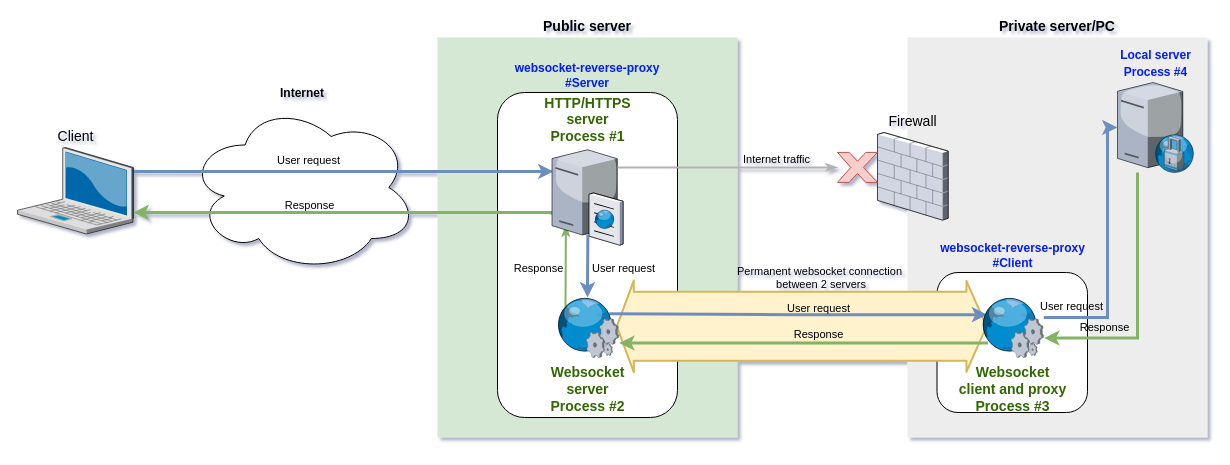
This is websocket-reverse-proxy.drawio from tony-0tis/websocket-reverse-proxy, a draw.io file, before an edit. Source tidied: cells renumbered, new cells numbered last; positions are measured from the earlier drawing's top-left corner, leaving out a move shared by most shapes. Both pictures are drawn from the tidied source at 100%, with x=0, y=0 at pixel (17, 37).
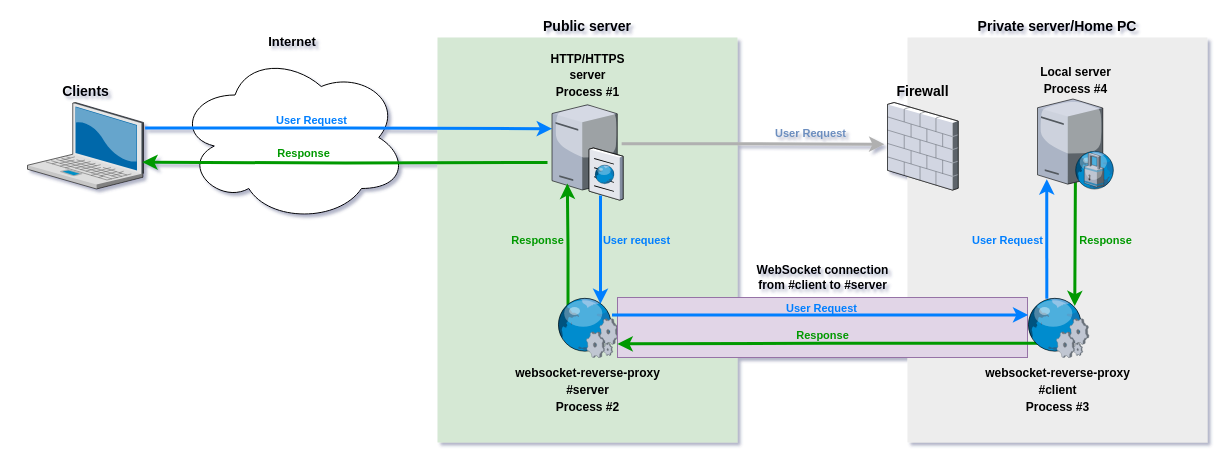
The same page after the edit.

Change to the diagram source:
```diff
@@
-    <mxCell id="2" value="&lt;font color=&quot;#000000&quot;&gt;&lt;b&gt;Internet&lt;/b&gt;&lt;/font&gt;" style="ellipse;shape=cloud;whiteSpace=wrap;html=1;labelBackgroundColor=none;fontColor=#B3B3B3;labelPosition=center;verticalLabelPosition=top;align=center;verticalAlign=bottom;" parent="1" vertex="1">
-      <mxGeometry x="170" y="65" width="230" height="170" as="geometry" />
+    <mxCell id="2" value="&lt;font size=&quot;1&quot; color=&quot;#000000&quot;&gt;&lt;b style=&quot;font-size: 13px;&quot;&gt;Internet&lt;/b&gt;&lt;/font&gt;" style="ellipse;shape=cloud;whiteSpace=wrap;html=1;labelBackgroundColor=none;fontColor=#B3B3B3;labelPosition=center;verticalLabelPosition=top;align=center;verticalAlign=bottom;" parent="1" vertex="1">
+      <mxGeometry x="160" y="15" width="230" height="170" as="geometry" />
     </mxCell>
-    <mxCell id="3" value="&lt;b&gt;Private server/PC&lt;br&gt;&lt;/b&gt;" style="whiteSpace=wrap;html=1;fillColor=#EDEDED;fontSize=14;strokeColor=none;verticalAlign=bottom;labelPosition=center;verticalLabelPosition=top;align=center;" parent="1" vertex="1">
-      <mxGeometry x="890" width="300" height="400" as="geometry" />
+    <mxCell id="3" value="&lt;b&gt;Private server/Home PC&lt;br&gt;&lt;/b&gt;" style="whiteSpace=wrap;html=1;fillColor=#EDEDED;fontSize=14;strokeColor=none;verticalAlign=bottom;labelPosition=center;verticalLabelPosition=top;align=center;" parent="1" vertex="1">
+      <mxGeometry x="890" width="300" height="405" as="geometry" />
     </mxCell>
-    <mxCell id="4" value="&lt;font color=&quot;#001aff&quot;&gt;&lt;b&gt;websocket-reverse-proxy&lt;br&gt;#Client&lt;/b&gt;&lt;/font&gt;" style="rounded=1;whiteSpace=wrap;html=1;labelPosition=center;verticalLabelPosition=top;align=center;verticalAlign=bottom;" parent="1" vertex="1">
-      <mxGeometry x="919.5" y="235" width="150.5" height="140" as="geometry" />
-    </mxCell>
     <mxCell id="5" value="&lt;b&gt;Public server&lt;br&gt;&lt;/b&gt;" style="whiteSpace=wrap;html=1;fillColor=#d5e8d4;fontSize=14;strokeColor=none;verticalAlign=bottom;labelPosition=center;verticalLabelPosition=top;align=center;" parent="1" vertex="1">
-      <mxGeometry x="420" width="300" height="400" as="geometry" />
+      <mxGeometry x="420" width="300" height="405" as="geometry" />
     </mxCell>
-    <mxCell id="6" value="&lt;font color=&quot;#001aff&quot;&gt;&lt;b&gt;websocket-reverse-proxy&lt;br&gt;#Server&lt;br&gt;&lt;/b&gt;&lt;/font&gt;" style="rounded=1;whiteSpace=wrap;html=1;labelPosition=center;verticalLabelPosition=top;align=center;verticalAlign=bottom;" parent="1" vertex="1">
-      <mxGeometry x="480" y="55" width="180" height="325" as="geometry" />
-    </mxCell>
-    <mxCell id="7" style="shape=flexArrow;endArrow=classic;startArrow=classic;html=1;strokeWidth=2;entryX=0.107;entryY=0.481;entryDx=0;entryDy=0;entryPerimeter=0;exitX=0.95;exitY=0.481;exitDx=0;exitDy=0;exitPerimeter=0;fillColor=#fff2cc;strokeColor=#d6b656;startWidth=20.833333333333336;startSize=4.991666666666667;width=68;" parent="1" edge="1" source="33" target="32">
-      <mxGeometry relative="1" as="geometry" />
-    </mxCell>
-    <mxCell id="8" value="Permanent websocket connection&lt;br&gt;&amp;nbsp;between 2 servers" style="edgeLabel;html=1;align=center;verticalAlign=bottom;labelBackgroundColor=none;labelPosition=center;verticalLabelPosition=top;" parent="7" vertex="1">
-      <mxGeometry x="-0.05" y="1" relative="1" as="geometry">
-        <mxPoint x="25.8" y="-32.9" as="offset" />
-      </mxGeometry>
-    </mxCell>
-    <mxCell id="9" style="edgeStyle=orthogonalEdgeStyle;html=1;jettySize=auto;fontSize=14;endArrow=classic;endFill=1;strokeWidth=3;rounded=0;startArrow=none;startFill=0;entryX=0.021;entryY=0.246;entryDx=0;entryDy=0;entryPerimeter=0;exitX=0.991;exitY=0.277;exitDx=0;exitDy=0;exitPerimeter=0;strokeColor=#6c8ebf;fillColor=#dae8fc;" parent="1" edge="1" source="11" target="16">
+    <mxCell id="9" style="edgeStyle=orthogonalEdgeStyle;rounded=0;jettySize=auto;html=1;entryX=0;entryY=0.269;entryDx=0;entryDy=0;entryPerimeter=0;strokeWidth=3;strokeColor=#007FFF;exitX=1.014;exitY=0.295;exitDx=0;exitDy=0;exitPerimeter=0;" parent="1" edge="1" source="11" target="16">
       <mxGeometry relative="1" as="geometry" />
     </mxCell>
-    <mxCell id="10" value="User request" style="edgeLabel;html=1;align=center;verticalAlign=middle;labelBackgroundColor=none;" parent="9" vertex="1">
-      <mxGeometry x="-0.23" y="-2" relative="1" as="geometry">
-        <mxPoint x="14" y="-13.5" as="offset" />
-      </mxGeometry>
-    </mxCell>
+    <mxCell id="34" value="&lt;b&gt;User Request&lt;/b&gt;" style="edgeLabel;html=1;align=center;verticalAlign=middle;labelBackgroundColor=none;fontColor=#007FFF;" parent="9" vertex="1">
+      <mxGeometry x="-0.18" y="-1" relative="1" as="geometry">
+        <mxPoint x="-1" y="-9" as="offset" />
+      </mxGeometry>
+    </mxCell>
-    <mxCell id="11" value="Client" style="verticalLabelPosition=top;html=1;verticalAlign=bottom;strokeColor=none;shape=mxgraph.citrix.laptop_2;fillColor=#66B2FF;gradientColor=#0066CC;fontSize=14;labelPosition=center;align=center;" parent="1" vertex="1">
-      <mxGeometry y="110" width="116" height="86.5" as="geometry" />
+    <mxCell id="11" value="&lt;b&gt;Clients&lt;/b&gt;" style="verticalLabelPosition=top;html=1;verticalAlign=bottom;strokeColor=none;shape=mxgraph.citrix.laptop_2;fillColor=#66B2FF;gradientColor=#0066CC;fontSize=14;labelPosition=center;align=center;" parent="1" vertex="1">
+      <mxGeometry x="10" y="65" width="116" height="86.5" as="geometry" />
     </mxCell>
-    <mxCell id="12" style="edgeStyle=orthogonalEdgeStyle;rounded=0;jettySize=auto;html=1;startArrow=classicThin;startFill=1;endArrow=none;endFill=0;strokeWidth=2;exitX=0.195;exitY=0.791;exitDx=0;exitDy=0;exitPerimeter=0;curved=1;entryX=0.151;entryY=0.156;entryDx=0;entryDy=0;entryPerimeter=0;fillColor=#d5e8d4;strokeColor=#82b366;" parent="1" edge="1" source="16" target="33">
-      <mxGeometry relative="1" as="geometry" />
-    </mxCell>
-    <mxCell id="13" value="Response" style="edgeLabel;html=1;align=center;verticalAlign=middle;labelBackgroundColor=none;" parent="12" vertex="1">
-      <mxGeometry x="0.14" y="-8" relative="1" as="geometry">
-        <mxPoint x="-20" y="-3.7" as="offset" />
-      </mxGeometry>
-    </mxCell>
-    <mxCell id="14" style="edgeStyle=orthogonalEdgeStyle;rounded=0;jettySize=auto;html=1;startArrow=none;startFill=0;endArrow=classic;endFill=1;strokeWidth=3;exitX=-0.007;exitY=0.687;exitDx=0;exitDy=0;exitPerimeter=0;fillColor=#d5e8d4;strokeColor=#82b366;entryX=1;entryY=0.751;entryDx=0;entryDy=0;entryPerimeter=0;" parent="1" edge="1" source="16" target="11">
-      <mxGeometry relative="1" as="geometry">
-        <Array as="points">
-          <mxPoint x="534" y="175" />
-        </Array>
-      </mxGeometry>
-    </mxCell>
-    <mxCell id="15" value="Response" style="edgeLabel;html=1;align=center;verticalAlign=middle;labelBackgroundColor=none;" parent="14" vertex="1">
-      <mxGeometry x="0.22" y="2" relative="1" as="geometry">
-        <mxPoint x="11.7" y="-9.2" as="offset" />
-      </mxGeometry>
-    </mxCell>
+    <mxCell id="35" style="edgeStyle=orthogonalEdgeStyle;rounded=0;jettySize=auto;html=1;entryX=-0.044;entryY=0.477;entryDx=0;entryDy=0;entryPerimeter=0;strokeWidth=3;fillColor=#f5f5f5;strokeColor=#b0b0b0;exitX=0.981;exitY=0.423;exitDx=0;exitDy=0;exitPerimeter=0;" parent="1" edge="1" source="16" target="17">
+      <mxGeometry relative="1" as="geometry" />
+    </mxCell>
+    <mxCell id="36" value="&lt;font color=&quot;#6c8ebf&quot;&gt;&lt;b&gt;User Request&lt;/b&gt;&lt;/font&gt;" style="edgeLabel;html=1;align=center;verticalAlign=middle;labelBackgroundColor=none;" parent="35" vertex="1">
+      <mxGeometry x="-0.24" y="2" relative="1" as="geometry">
+        <mxPoint x="88" y="-9" as="offset" />
+      </mxGeometry>
+    </mxCell>
+    <mxCell id="37" style="edgeStyle=orthogonalEdgeStyle;rounded=0;jettySize=auto;html=1;entryX=0.99;entryY=0.69;entryDx=0;entryDy=0;entryPerimeter=0;strokeWidth=3;strokeColor=#009900;" parent="1" edge="1" target="11">
+      <mxGeometry relative="1" as="geometry">
+        <mxPoint x="530" y="125" as="sourcePoint" />
+      </mxGeometry>
+    </mxCell>
+    <mxCell id="38" value="&lt;b&gt;&lt;font&gt;Response&lt;/font&gt;&lt;/b&gt;" style="edgeLabel;html=1;align=center;verticalAlign=middle;fontColor=#009900;" parent="37" vertex="1">
+      <mxGeometry x="0.33" y="-3" relative="1" as="geometry">
+        <mxPoint x="25" y="-6" as="offset" />
+      </mxGeometry>
+    </mxCell>
-    <mxCell id="16" value="&lt;font color=&quot;#336600&quot;&gt;&lt;b&gt;HTTP/HTTPS&lt;br&gt;server&lt;br&gt;Process #1&lt;br&gt;&lt;/b&gt;&lt;/font&gt;" style="verticalLabelPosition=top;html=1;verticalAlign=bottom;strokeColor=none;shape=mxgraph.citrix.cache_server;fillColor=#66B2FF;gradientColor=#0066CC;fontSize=14;labelPosition=center;align=center;" parent="1" vertex="1">
-      <mxGeometry x="534.5" y="110" width="71" height="97.5" as="geometry" />
+    <mxCell id="16" value="&lt;font style=&quot;font-size: 12px;&quot;&gt;&lt;b style=&quot;&quot;&gt;HTTP/HTTPS&lt;br&gt;server&lt;br&gt;Process #1&lt;br&gt;&lt;/b&gt;&lt;/font&gt;" style="verticalLabelPosition=top;html=1;verticalAlign=bottom;strokeColor=none;shape=mxgraph.citrix.cache_server;fillColor=#66B2FF;gradientColor=#0066CC;fontSize=14;labelPosition=center;align=center;" parent="1" vertex="1">
+      <mxGeometry x="534.5" y="65" width="71" height="97.5" as="geometry" />
     </mxCell>
-    <mxCell id="17" value="Firewall" style="verticalLabelPosition=top;html=1;verticalAlign=bottom;strokeColor=none;shape=mxgraph.citrix.firewall;fillColor=#66B2FF;gradientColor=#0066CC;fontSize=14;labelPosition=center;align=center;" parent="1" vertex="1">
-      <mxGeometry x="860" y="95" width="70.7" height="87.6" as="geometry" />
+    <mxCell id="17" value="&lt;b&gt;&lt;font style=&quot;font-size: 14px;&quot;&gt;Firewall&lt;/font&gt;&lt;/b&gt;" style="verticalLabelPosition=top;html=1;verticalAlign=bottom;strokeColor=none;shape=mxgraph.citrix.firewall;fillColor=#66B2FF;gradientColor=#0066CC;fontSize=14;labelPosition=center;align=center;" parent="1" vertex="1">
+      <mxGeometry x="870" y="65" width="70.7" height="87.6" as="geometry" />
     </mxCell>
-    <mxCell id="18" style="edgeStyle=orthogonalEdgeStyle;rounded=0;jettySize=auto;html=1;entryX=1.007;entryY=0.675;entryDx=0;entryDy=0;entryPerimeter=0;startArrow=none;startFill=0;endArrow=classic;endFill=1;strokeWidth=3;fillColor=#d5e8d4;strokeColor=#82b366;" parent="1" edge="1" source="20" target="32">
+    <mxCell id="18" style="edgeStyle=orthogonalEdgeStyle;rounded=0;jettySize=auto;html=1;entryX=0.774;entryY=0.143;entryDx=0;entryDy=0;entryPerimeter=0;exitX=0.495;exitY=0.929;exitDx=0;exitDy=0;exitPerimeter=0;strokeWidth=3;strokeColor=#009900;" parent="1" edge="1" source="20" target="32">
       <mxGeometry relative="1" as="geometry">
         <Array as="points">
-          <mxPoint x="1120" y="301" />
+          <mxPoint x="1058" y="143" />
+          <mxPoint x="1057" y="143" />
         </Array>
       </mxGeometry>
     </mxCell>
-    <mxCell id="19" value="Response" style="edgeLabel;html=1;align=center;verticalAlign=middle;labelBackgroundColor=none;" parent="18" vertex="1">
-      <mxGeometry y="-29" relative="1" as="geometry">
-        <mxPoint x="-4.5" y="25.6" as="offset" />
-      </mxGeometry>
-    </mxCell>
+    <mxCell id="39" value="&lt;font color=&quot;#009900&quot;&gt;Response&lt;/font&gt;" style="edgeLabel;html=1;align=center;verticalAlign=middle;labelBackgroundColor=none;fontStyle=1;" parent="18" vertex="1">
+      <mxGeometry x="-0.17" y="3" relative="1" as="geometry">
+        <mxPoint x="27" y="9" as="offset" />
+      </mxGeometry>
+    </mxCell>
-    <mxCell id="20" value="&lt;font color=&quot;#001aff&quot; style=&quot;font-size: 12px&quot;&gt;&lt;b&gt;Local server&lt;br&gt;Process #4&lt;/b&gt;&lt;/font&gt;" style="verticalLabelPosition=top;html=1;verticalAlign=bottom;strokeColor=none;shape=mxgraph.citrix.proxy_server;fillColor=#66B2FF;gradientColor=#0066CC;fontSize=14;labelPosition=center;align=center;" parent="1" vertex="1">
-      <mxGeometry x="1100" y="45" width="76.5" height="90" as="geometry" />
+    <mxCell id="20" value="&lt;font style=&quot;font-size: 12px&quot;&gt;&lt;b style=&quot;&quot;&gt;Local server&lt;br&gt;Process #4&lt;/b&gt;&lt;/font&gt;" style="verticalLabelPosition=top;html=1;verticalAlign=bottom;strokeColor=none;shape=mxgraph.citrix.proxy_server;fillColor=#66B2FF;gradientColor=#0066CC;fontSize=14;labelPosition=center;align=center;" parent="1" vertex="1">
+      <mxGeometry x="1020" y="61.5" width="76.5" height="90" as="geometry" />
     </mxCell>
-    <mxCell id="21" style="edgeStyle=orthogonalEdgeStyle;rounded=0;jettySize=auto;html=1;entryX=0.116;entryY=0.758;entryDx=0;entryDy=0;entryPerimeter=0;startArrow=classic;startFill=1;endArrow=none;endFill=0;strokeWidth=3;exitX=1.003;exitY=0.758;exitDx=0;exitDy=0;exitPerimeter=0;fillColor=#d5e8d4;strokeColor=#82b366;" parent="1" edge="1" source="33" target="32">
-      <mxGeometry relative="1" as="geometry" />
-    </mxCell>
-    <mxCell id="22" value="Response" style="edgeLabel;html=1;align=center;verticalAlign=middle;labelBackgroundColor=none;" parent="21" vertex="1">
-      <mxGeometry x="-0.11" y="2" relative="1" as="geometry">
-        <mxPoint x="35" y="-6.5" as="offset" />
-      </mxGeometry>
-    </mxCell>
+    <mxCell id="40" style="edgeStyle=orthogonalEdgeStyle;rounded=0;jettySize=auto;html=1;entryX=0.216;entryY=0.832;entryDx=0;entryDy=0;entryPerimeter=0;exitX=0.191;exitY=0.171;exitDx=0;exitDy=0;exitPerimeter=0;strokeWidth=3;strokeColor=#009900;jumpStyle=none;" parent="1" edge="1" source="33" target="16">
+      <mxGeometry relative="1" as="geometry" />
+    </mxCell>
+    <mxCell id="41" value="&lt;b&gt;&lt;font color=&quot;#009900&quot;&gt;Response&lt;/font&gt;&lt;/b&gt;" style="edgeLabel;html=1;align=center;verticalAlign=middle;labelBackgroundColor=none;" parent="40" vertex="1">
+      <mxGeometry x="0.22" y="2" relative="1" as="geometry">
+        <mxPoint x="-28" y="8" as="offset" />
+      </mxGeometry>
+    </mxCell>
+    <mxCell id="33" value="&lt;font style=&quot;font-size: 12px;&quot;&gt;&lt;b style=&quot;&quot;&gt;websocket-reverse-proxy&lt;br&gt;#server&lt;br&gt;Process #2&lt;br&gt;&lt;/b&gt;&lt;/font&gt;" style="verticalLabelPosition=bottom;html=1;verticalAlign=top;strokeColor=none;shape=mxgraph.citrix.web_service;fillColor=#66B2FF;gradientColor=#0066CC;fontSize=14;" parent="1" vertex="1">
+      <mxGeometry x="538.5" y="260" width="63" height="60" as="geometry" />
+    </mxCell>
+    <mxCell id="42" style="whiteSpace=wrap;html=1;fillColor=#e1d5e7;strokeColor=#9673a6;" parent="1" vertex="1">
+      <mxGeometry x="600" y="260" width="410" height="60" as="geometry" />
+    </mxCell>
+    <mxCell id="43" value="&lt;b&gt;WebSocket connection&lt;br&gt;from #client to #server&lt;br&gt;&lt;/b&gt;" style="text;html=1;align=center;verticalAlign=middle;strokeColor=none;fillColor=none;" parent="1" vertex="1">
+      <mxGeometry x="725" y="220" width="160" height="40" as="geometry" />
+    </mxCell>
+    <mxCell id="44" style="edgeStyle=orthogonalEdgeStyle;rounded=0;jettySize=auto;html=1;entryX=0.036;entryY=0.29;entryDx=0;entryDy=0;entryPerimeter=0;strokeWidth=3;strokeColor=#007FFF;exitX=0.889;exitY=0.29;exitDx=0;exitDy=0;exitPerimeter=0;" parent="1" edge="1" source="33" target="32">
+      <mxGeometry relative="1" as="geometry" />
+    </mxCell>
+    <mxCell id="45" value="&lt;font&gt;&lt;b&gt;User Request&lt;/b&gt;&lt;/font&gt;" style="edgeLabel;html=1;align=center;verticalAlign=middle;labelBackgroundColor=none;fontColor=#007FFF;" parent="44" vertex="1">
+      <mxGeometry x="-0.09" relative="1" as="geometry">
+        <mxPoint x="20" y="-7" as="offset" />
+      </mxGeometry>
+    </mxCell>
+    <mxCell id="27" style="edgeStyle=orthogonalEdgeStyle;rounded=0;jettySize=auto;html=1;strokeWidth=3;strokeColor=#007FFF;exitX=0.345;exitY=0.019;exitDx=0;exitDy=0;exitPerimeter=0;entryX=0.121;entryY=0.891;entryDx=0;entryDy=0;entryPerimeter=0;" parent="1" edge="1" source="32" target="20">
+      <mxGeometry relative="1" as="geometry">
+        <Array as="points">
+          <mxPoint x="1030" y="142" />
+        </Array>
+      </mxGeometry>
+    </mxCell>
+    <mxCell id="46" value="&lt;font&gt;&lt;b&gt;User Request&lt;/b&gt;&lt;/font&gt;" style="edgeLabel;html=1;align=center;verticalAlign=middle;labelBackgroundColor=none;fontColor=#007FFF;" parent="27" vertex="1">
+      <mxGeometry x="0.35" y="-2" relative="1" as="geometry">
+        <mxPoint x="-42" y="22" as="offset" />
+      </mxGeometry>
+    </mxCell>
+    <mxCell id="25" style="edgeStyle=orthogonalEdgeStyle;rounded=0;jettySize=auto;html=1;entryX=0.976;entryY=0.773;entryDx=0;entryDy=0;entryPerimeter=0;exitX=0.2;exitY=0.761;exitDx=0;exitDy=0;exitPerimeter=0;strokeWidth=3;strokeColor=#009900;" parent="1" edge="1" source="32" target="33">
+      <mxGeometry relative="1" as="geometry" />
+    </mxCell>
+    <mxCell id="47" value="&lt;b&gt;&lt;font color=&quot;#009900&quot;&gt;Response&lt;/font&gt;&lt;/b&gt;" style="edgeLabel;html=1;align=center;verticalAlign=middle;labelBackgroundColor=none;" parent="25" vertex="1">
+      <mxGeometry x="0.28" y="-3" relative="1" as="geometry">
+        <mxPoint x="53" y="-6" as="offset" />
+      </mxGeometry>
+    </mxCell>
+    <mxCell id="32" value="&lt;font style=&quot;font-size: 12px;&quot;&gt;&lt;b style=&quot;&quot;&gt;websocket-reverse-proxy&lt;br&gt;#client&lt;br&gt;Process #3&lt;br&gt;&lt;/b&gt;&lt;/font&gt;" style="verticalLabelPosition=bottom;html=1;verticalAlign=top;strokeColor=none;shape=mxgraph.citrix.web_service;fillColor=#66B2FF;gradientColor=#0066CC;fontSize=14;" parent="1" vertex="1">
+      <mxGeometry x="1008.5" y="260" width="63" height="60" as="geometry" />
+    </mxCell>
-    <mxCell id="23" style="edgeStyle=orthogonalEdgeStyle;rounded=0;jettySize=auto;html=1;entryX=0.505;entryY=0.892;entryDx=0;entryDy=0;entryPerimeter=0;startArrow=classic;startFill=1;endArrow=none;endFill=0;strokeWidth=3;curved=1;fillColor=#dae8fc;strokeColor=#6c8ebf;" parent="1" edge="1" source="33" target="16">
-      <mxGeometry relative="1" as="geometry" />
+    <mxCell id="23" style="edgeStyle=orthogonalEdgeStyle;rounded=0;jettySize=auto;html=1;startArrow=classic;startFill=1;endArrow=none;endFill=0;strokeWidth=3;curved=1;fillColor=#dae8fc;strokeColor=#007FFF;exitX=0.703;exitY=0.106;exitDx=0;exitDy=0;exitPerimeter=0;" parent="1" edge="1" source="33">
+      <mxGeometry relative="1" as="geometry">
+        <mxPoint x="583" y="158" as="targetPoint" />
+        <Array as="points">
+          <mxPoint x="583" y="158" />
+        </Array>
+      </mxGeometry>
     </mxCell>
-    <mxCell id="24" value="User request" style="edgeLabel;html=1;align=center;verticalAlign=middle;labelBackgroundColor=none;" parent="23" vertex="1">
+    <mxCell id="24" value="&lt;b&gt;&lt;font&gt;User request&lt;/font&gt;&lt;/b&gt;" style="edgeLabel;html=1;align=center;verticalAlign=middle;labelBackgroundColor=none;fontColor=#007FFF;labelBorderColor=none;" parent="23" vertex="1">
       <mxGeometry x="-0.05" y="1" relative="1" as="geometry">
-        <mxPoint x="36.1" as="offset" />
+        <mxPoint x="36" y="-13" as="offset" />
       </mxGeometry>
     </mxCell>
-    <mxCell id="25" style="edgeStyle=orthogonalEdgeStyle;rounded=0;jettySize=auto;html=1;entryX=0.844;entryY=0.272;entryDx=0;entryDy=0;entryPerimeter=0;startArrow=classic;startFill=1;endArrow=none;endFill=0;strokeWidth=3;exitX=0.103;exitY=0.286;exitDx=0;exitDy=0;exitPerimeter=0;fillColor=#dae8fc;strokeColor=#6c8ebf;" parent="1" edge="1" source="32" target="33">
-      <mxGeometry relative="1" as="geometry" />
-    </mxCell>
-    <mxCell id="26" value="User request" style="edgeLabel;html=1;align=center;verticalAlign=middle;labelBackgroundColor=none;" parent="25" vertex="1">
-      <mxGeometry x="0.25" y="2" relative="1" as="geometry">
-        <mxPoint x="66.9" y="-8.3" as="offset" />
-      </mxGeometry>
-    </mxCell>
-    <mxCell id="27" style="rounded=0;jettySize=auto;html=1;startArrow=none;startFill=0;endArrow=classic;endFill=1;strokeWidth=3;elbow=vertical;edgeStyle=orthogonalEdgeStyle;fillColor=#dae8fc;strokeColor=#6c8ebf;" parent="1" edge="1" source="32" target="20">
-      <mxGeometry relative="1" as="geometry">
-        <Array as="points">
-          <mxPoint x="1090" y="280" />
-        </Array>
-      </mxGeometry>
-    </mxCell>
-    <mxCell id="28" value="User request" style="edgeLabel;html=1;align=center;verticalAlign=middle;labelBackgroundColor=none;" parent="27" vertex="1">
-      <mxGeometry x="-0.11" y="24" relative="1" as="geometry">
-        <mxPoint x="-13" y="41.7" as="offset" />
-      </mxGeometry>
-    </mxCell>
-    <mxCell id="29" style="verticalLabelPosition=bottom;verticalAlign=top;html=1;shape=mxgraph.basic.x;fillColor=#f8cecc;strokeColor=#b85450;" parent="1" vertex="1">
-      <mxGeometry x="820" y="114.9" width="40" height="30" as="geometry" />
-    </mxCell>
-    <mxCell id="30" style="edgeStyle=orthogonalEdgeStyle;curved=1;rounded=0;jettySize=auto;html=1;startArrow=none;startFill=0;endArrow=classicThin;endFill=1;strokeWidth=2;fontColor=#B3B3B3;fillColor=#f5f5f5;strokeColor=#B3B3B3;exitX=0.923;exitY=0.204;exitDx=0;exitDy=0;exitPerimeter=0;" parent="1" edge="1" source="16" target="29">
-      <mxGeometry relative="1" as="geometry" />
-    </mxCell>
-    <mxCell id="31" value="Internet traffic" style="edgeLabel;html=1;align=center;verticalAlign=middle;labelBackgroundColor=none;" parent="30" vertex="1">
-      <mxGeometry x="-0.17" y="1" relative="1" as="geometry">
-        <mxPoint x="67.8" y="-7.8" as="offset" />
-      </mxGeometry>
-    </mxCell>
-    <mxCell id="32" value="&lt;font color=&quot;#336600&quot;&gt;&lt;b&gt;Websocket&lt;br&gt;client and proxy&lt;br&gt;Process #3&lt;br&gt;&lt;/b&gt;&lt;/font&gt;" style="verticalLabelPosition=bottom;html=1;verticalAlign=top;strokeColor=none;shape=mxgraph.citrix.web_service;fillColor=#66B2FF;gradientColor=#0066CC;fontSize=14;" parent="1" vertex="1">
-      <mxGeometry x="963.2" y="260" width="63" height="60" as="geometry" />
-    </mxCell>
-    <mxCell id="33" value="&lt;font color=&quot;#336600&quot;&gt;&lt;b&gt;Websocket&lt;br&gt;server&lt;br&gt;Process #2&lt;br&gt;&lt;/b&gt;&lt;/font&gt;" style="verticalLabelPosition=bottom;html=1;verticalAlign=top;strokeColor=none;shape=mxgraph.citrix.web_service;fillColor=#66B2FF;gradientColor=#0066CC;fontSize=14;" parent="1" vertex="1">
-      <mxGeometry x="538.5" y="260" width="63" height="60" as="geometry" />
-    </mxCell>
```
